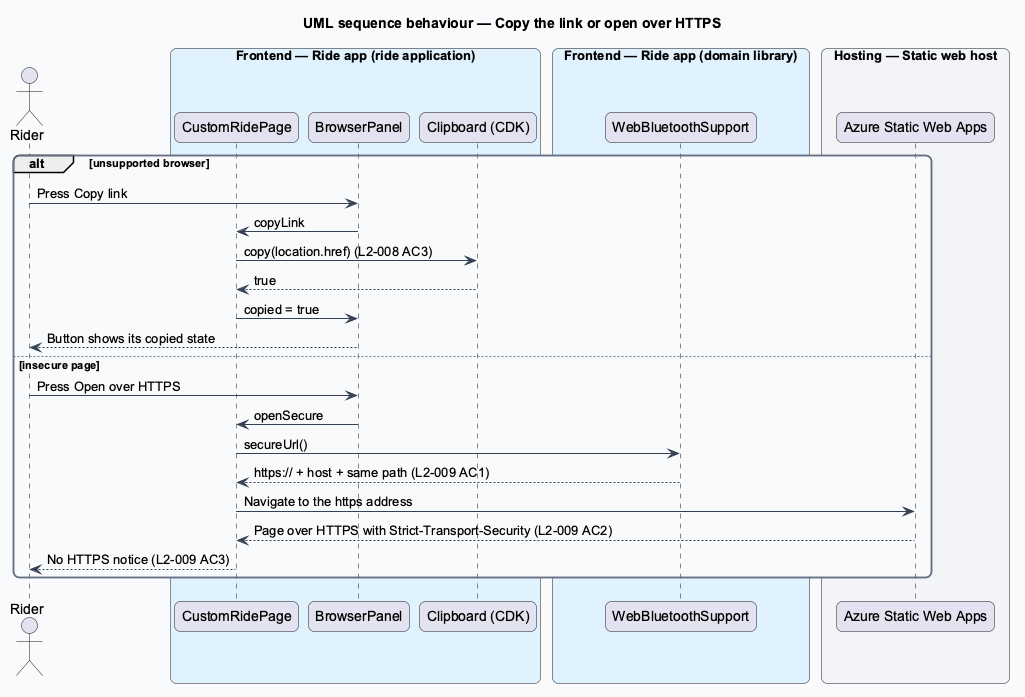
The PlantUML diagram docs/detailed-designs/bike/check-bike-and-browser-support/diagrams/sequence-copy-link-or-open-https.png in QuinntyneBrown/ride-one, before a commit.
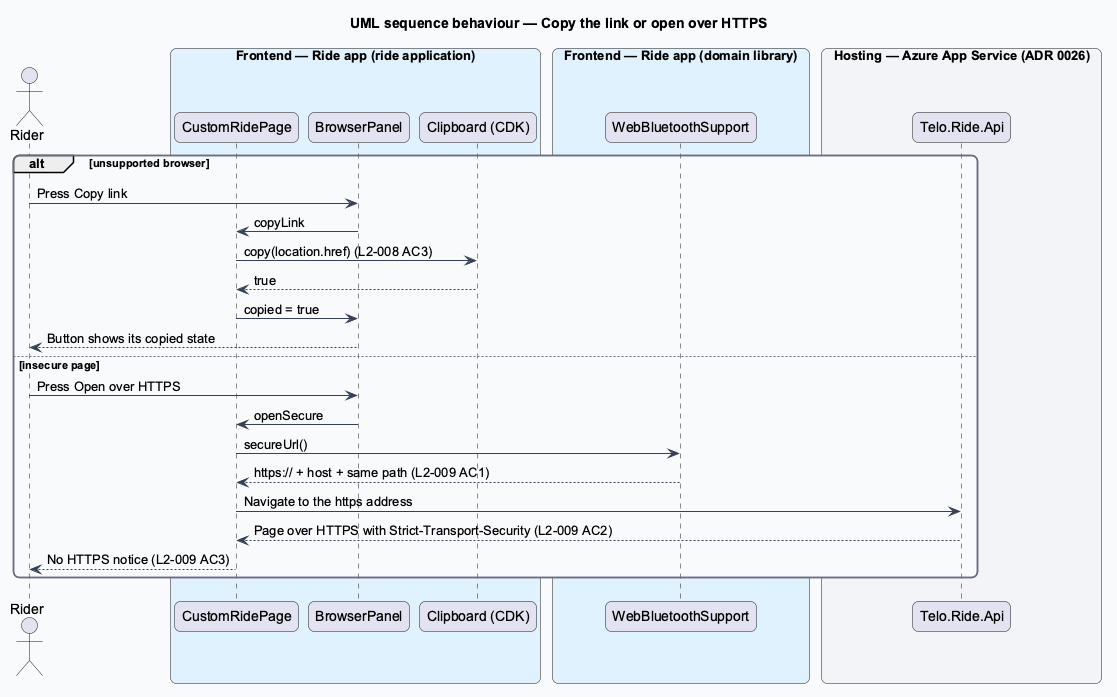
The same file after the commit.

The edit, as a diff of the source:
```diff
@@ -23,8 +23,8 @@
 box "Frontend — Ride app (domain library)" #E0F2FE
   participant "WebBluetoothSupport" as support
 end box
-box "Hosting — Static web host" #F2F4F7
-  participant "Azure Static Web Apps" as host
+box "Hosting — Azure App Service (ADR 0026)" #F2F4F7
+  participant "Telo.Ride.Api" as host
 end box
 alt unsupported browser
   actor -> panel : Press Copy link
```
